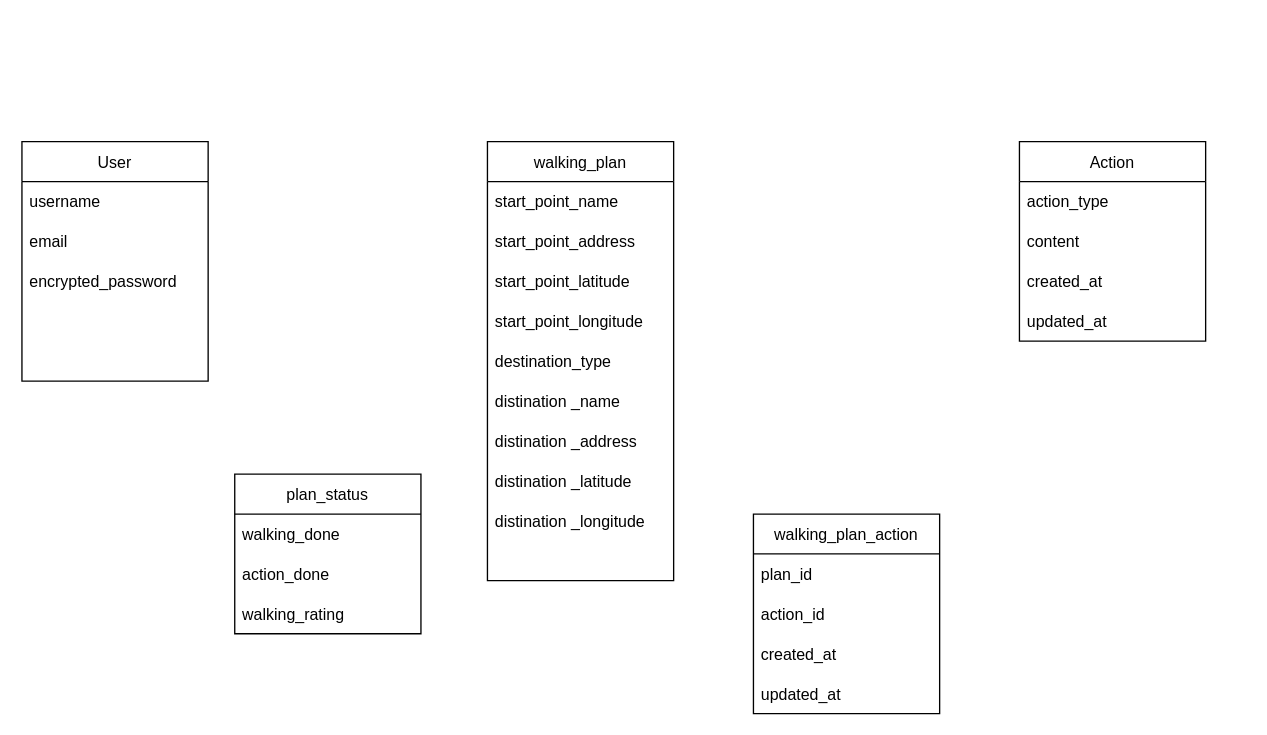
Earlier version of the draw.io diagram 散歩くじ/walking_lot.drawio (satoshitodaka/my_portfolio). Source tidied: cells renumbered, new cells numbered last; positions are measured from the earlier drawing's top-left corner, leaving out a move shared by most shapes. Both pictures are drawn from the tidied source at 133%, with x=0, y=0 at pixel (21, 141).
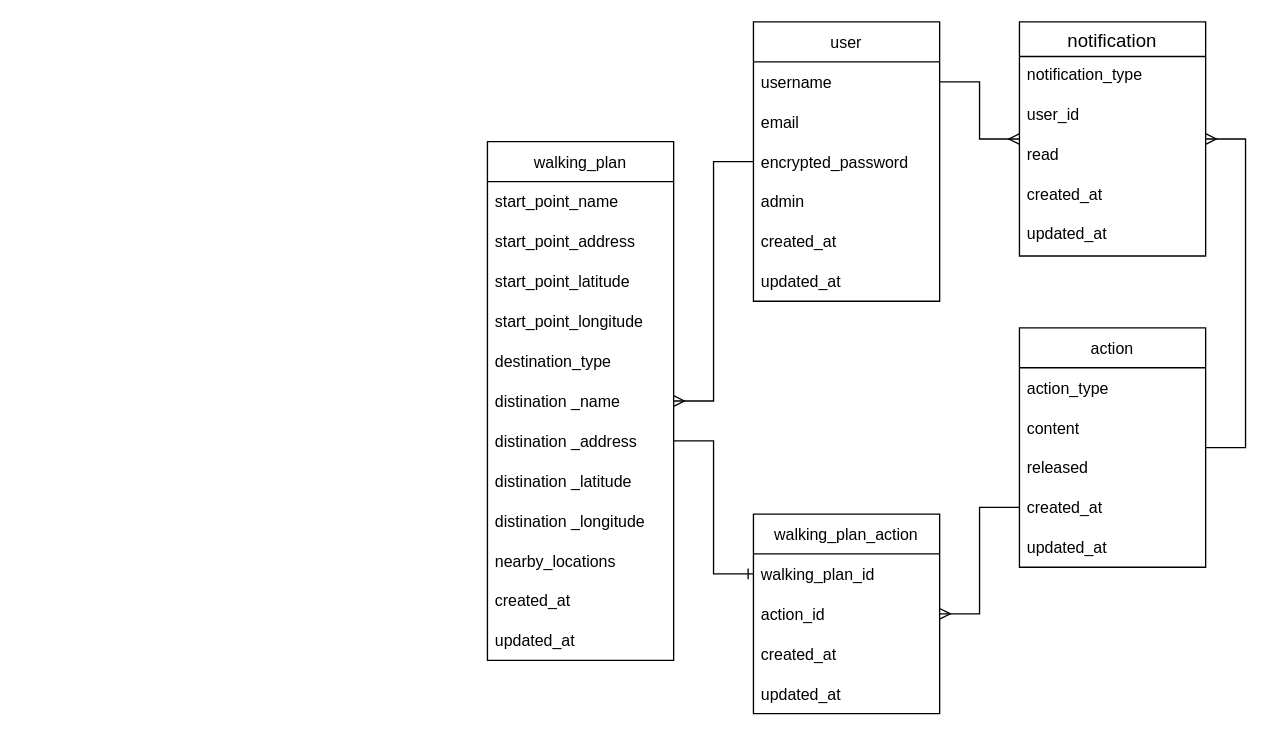
After the change.

Commit message (it also covers changes not shown here):
add さんぽくじの機能（案）説明とER図を追加

Unchanged cells that the change refers to:
```xml
<mxCell id="3" value="username" style="text;strokeColor=none;fillColor=none;align=left;verticalAlign=middle;spacingLeft=4;spacingRight=4;overflow=hidden;points=[[0,0.5],[1,0.5]];portConstraint=eastwest;" parent="2" vertex="1">
  <mxGeometry y="30" width="140" height="30" as="geometry" />
</mxCell>
<mxCell id="15" value="distination _address" style="text;strokeColor=none;fillColor=none;align=left;verticalAlign=middle;spacingLeft=4;spacingRight=4;overflow=hidden;points=[[0,0.5],[1,0.5]];portConstraint=eastwest;" parent="8" vertex="1">
  <mxGeometry y="210" width="140" height="30" as="geometry" />
</mxCell>
<mxCell id="24" value="walking_plan_action" style="swimlane;fontStyle=0;horizontal=1;startSize=30;" parent="1" vertex="1">
  <mxGeometry x="550" y="280" width="140" height="150" as="geometry" />
</mxCell>
<mxCell id="26" value="action_id" style="text;strokeColor=none;fillColor=none;align=left;verticalAlign=middle;spacingLeft=4;spacingRight=4;overflow=hidden;points=[[0,0.5],[1,0.5]];portConstraint=eastwest;" parent="24" vertex="1">
  <mxGeometry y="60" width="140" height="30" as="geometry" />
</mxCell>
```

Diff of the diagram source:
```diff
@@
-    <mxCell id="2" value="User" style="swimlane;fontStyle=0;horizontal=1;startSize=30;" parent="1" vertex="1">
-      <mxGeometry width="140" height="180" as="geometry" />
+    <mxCell id="2" value="user" style="swimlane;fontStyle=0;horizontal=1;startSize=30;" parent="1" vertex="1">
+      <mxGeometry x="550" y="-90" width="140" height="210" as="geometry" />
     </mxCell>
@@
-    <mxCell id="6" style="text;strokeColor=none;fillColor=none;align=left;verticalAlign=middle;spacingLeft=4;spacingRight=4;overflow=hidden;" parent="2" vertex="1">
-      <mxGeometry y="120" width="140" height="30" as="geometry" />
-    </mxCell>
-    <mxCell id="7" style="text;strokeColor=none;fillColor=none;align=left;verticalAlign=middle;spacingLeft=4;spacingRight=4;overflow=hidden;" parent="2" vertex="1">
-      <mxGeometry y="150" width="140" height="30" as="geometry" />
-    </mxCell>
+    <mxCell id="33" value="admin" style="text;strokeColor=none;fillColor=none;align=left;verticalAlign=middle;spacingLeft=4;spacingRight=4;overflow=hidden;" parent="2" vertex="1">
+      <mxGeometry y="120" width="140" height="30" as="geometry" />
+    </mxCell>
+    <mxCell id="34" value="created_at" style="text;strokeColor=none;fillColor=none;align=left;verticalAlign=middle;spacingLeft=4;spacingRight=4;overflow=hidden;" parent="2" vertex="1">
+      <mxGeometry y="150" width="140" height="30" as="geometry" />
+    </mxCell>
+    <mxCell id="35" value="updated_at" style="text;strokeColor=none;fillColor=none;align=left;verticalAlign=middle;spacingLeft=4;spacingRight=4;overflow=hidden;" parent="2" vertex="1">
+      <mxGeometry y="180" width="140" height="30" as="geometry" />
+    </mxCell>
     <mxCell id="8" value="walking_plan" style="swimlane;fontStyle=0;horizontal=1;startSize=30;" parent="1" vertex="1">
-      <mxGeometry x="350" width="140" height="330" as="geometry" />
+      <mxGeometry x="350" width="140" height="390" as="geometry" />
     </mxCell>
@@
+    <mxCell id="36" value="nearby_locations" style="text;strokeColor=none;fillColor=none;align=left;verticalAlign=middle;spacingLeft=4;spacingRight=4;overflow=hidden;" parent="8" vertex="1">
+      <mxGeometry y="300" width="140" height="30" as="geometry" />
+    </mxCell>
-    <mxCell id="18" style="text;strokeColor=none;fillColor=none;align=left;verticalAlign=middle;spacingLeft=4;spacingRight=4;overflow=hidden;" parent="8" vertex="1">
-      <mxGeometry y="300" width="140" height="30" as="geometry" />
+    <mxCell id="18" value="created_at" style="text;strokeColor=none;fillColor=none;align=left;verticalAlign=middle;spacingLeft=4;spacingRight=4;overflow=hidden;" parent="8" vertex="1">
+      <mxGeometry y="330" width="140" height="30" as="geometry" />
     </mxCell>
+    <mxCell id="37" value="updated_at" style="text;strokeColor=none;fillColor=none;align=left;verticalAlign=middle;spacingLeft=4;spacingRight=4;overflow=hidden;" parent="8" vertex="1">
+      <mxGeometry y="360" width="140" height="30" as="geometry" />
+    </mxCell>
-    <mxCell id="19" value="Action" style="swimlane;fontStyle=0;horizontal=1;startSize=30;" parent="1" vertex="1">
-      <mxGeometry x="750" width="140" height="150" as="geometry" />
+    <mxCell id="19" value="action" style="swimlane;fontStyle=0;horizontal=1;startSize=30;" parent="1" vertex="1">
+      <mxGeometry x="750" y="140" width="140" height="180" as="geometry" />
     </mxCell>
@@
+    <mxCell id="38" value="released" style="text;strokeColor=none;fillColor=none;align=left;verticalAlign=middle;spacingLeft=4;spacingRight=4;overflow=hidden;" parent="19" vertex="1">
+      <mxGeometry y="90" width="140" height="30" as="geometry" />
+    </mxCell>
     <mxCell id="22" value="created_at" style="text;strokeColor=none;fillColor=none;align=left;verticalAlign=middle;spacingLeft=4;spacingRight=4;overflow=hidden;points=[[0,0.5],[1,0.5]];portConstraint=eastwest;" parent="19" vertex="1">
-      <mxGeometry y="90" width="140" height="30" as="geometry" />
+      <mxGeometry y="120" width="140" height="30" as="geometry" />
     </mxCell>
     <mxCell id="23" value="updated_at" style="text;strokeColor=none;fillColor=none;align=left;verticalAlign=middle;spacingLeft=4;spacingRight=4;overflow=hidden;" parent="19" vertex="1">
-      <mxGeometry y="120" width="140" height="30" as="geometry" />
+      <mxGeometry y="150" width="140" height="30" as="geometry" />
     </mxCell>
@@
-    <mxCell id="25" value="plan_id" style="text;strokeColor=none;fillColor=none;align=left;verticalAlign=middle;spacingLeft=4;spacingRight=4;overflow=hidden;points=[[0,0.5],[1,0.5]];portConstraint=eastwest;" parent="24" vertex="1">
+    <mxCell id="25" value="walking_plan_id" style="text;strokeColor=none;fillColor=none;align=left;verticalAlign=middle;spacingLeft=4;spacingRight=4;overflow=hidden;points=[[0,0.5],[1,0.5]];portConstraint=eastwest;" parent="24" vertex="1">
       <mxGeometry y="30" width="140" height="30" as="geometry" />
     </mxCell>
@@
-    <mxCell id="29" value="plan_status" style="swimlane;fontStyle=0;horizontal=1;startSize=30;" parent="1" vertex="1">
-      <mxGeometry x="160" y="250" width="140" height="120" as="geometry" />
-    </mxCell>
-    <mxCell id="30" value="walking_done" style="text;strokeColor=none;fillColor=none;align=left;verticalAlign=middle;spacingLeft=4;spacingRight=4;overflow=hidden;" parent="29" vertex="1">
-      <mxGeometry y="30" width="140" height="30" as="geometry" />
-    </mxCell>
-    <mxCell id="31" value="action_done" style="text;strokeColor=none;fillColor=none;align=left;verticalAlign=middle;spacingLeft=4;spacingRight=4;overflow=hidden;" parent="29" vertex="1">
-      <mxGeometry y="60" width="140" height="30" as="geometry" />
-    </mxCell>
-    <mxCell id="32" value="walking_rating" style="text;strokeColor=none;fillColor=none;align=left;verticalAlign=middle;spacingLeft=4;spacingRight=4;overflow=hidden;" parent="29" vertex="1">
-      <mxGeometry y="90" width="140" height="30" as="geometry" />
-    </mxCell>
+    <mxCell id="39" style="edgeStyle=entityRelationEdgeStyle;fontSize=12;html=1;endArrow=ERmany;rounded=0;" parent="1" edge="1" source="2" target="8">
+      <mxGeometry relative="1" as="geometry" />
+    </mxCell>
+    <mxCell id="40" style="edgeStyle=entityRelationEdgeStyle;fontSize=12;html=1;endArrow=ERmany;rounded=0;exitX=0;exitY=0.5;exitDx=0;exitDy=0;" parent="1" edge="1" source="22" target="26">
+      <mxGeometry relative="1" as="geometry" />
+    </mxCell>
+    <mxCell id="41" value="notification" style="swimlane;fontStyle=0;horizontal=1;startSize=26;align=center;fontSize=14;" parent="1" vertex="1">
+      <mxGeometry x="750" y="-90" width="140" height="176" as="geometry" />
+    </mxCell>
+    <mxCell id="42" value="notification_type" style="text;strokeColor=none;fillColor=none;spacingLeft=4;spacingRight=4;overflow=hidden;fontSize=12;" parent="41" vertex="1">
+      <mxGeometry y="26" width="140" height="30" as="geometry" />
+    </mxCell>
+    <mxCell id="43" value="user_id" style="text;strokeColor=none;fillColor=none;spacingLeft=4;spacingRight=4;overflow=hidden;fontSize=12;" parent="41" vertex="1">
+      <mxGeometry y="56" width="140" height="30" as="geometry" />
+    </mxCell>
+    <mxCell id="44" value="read" style="text;strokeColor=none;fillColor=none;spacingLeft=4;spacingRight=4;overflow=hidden;fontSize=12;" parent="41" vertex="1">
+      <mxGeometry y="86" width="140" height="30" as="geometry" />
+    </mxCell>
+    <mxCell id="45" value="created_at" style="text;strokeColor=none;fillColor=none;spacingLeft=4;spacingRight=4;overflow=hidden;fontSize=12;" parent="41" vertex="1">
+      <mxGeometry y="116" width="140" height="30" as="geometry" />
+    </mxCell>
+    <mxCell id="46" value="updated_at" style="text;strokeColor=none;fillColor=none;spacingLeft=4;spacingRight=4;overflow=hidden;fontSize=12;" parent="41" vertex="1">
+      <mxGeometry y="146" width="140" height="30" as="geometry" />
+    </mxCell>
+    <mxCell id="47" style="edgeStyle=entityRelationEdgeStyle;fontSize=12;html=1;endArrow=ERmany;rounded=0;" parent="1" edge="1" source="3" target="41">
+      <mxGeometry relative="1" as="geometry" />
+    </mxCell>
+    <mxCell id="48" style="edgeStyle=entityRelationEdgeStyle;fontSize=12;html=1;endArrow=ERmany;rounded=0;" parent="1" edge="1" source="19" target="41">
+      <mxGeometry relative="1" as="geometry" />
+    </mxCell>
+    <mxCell id="49" style="edgeStyle=entityRelationEdgeStyle;fontSize=12;html=1;endArrow=ERone;endFill=1;rounded=0;" parent="1" edge="1" source="15" target="25">
+      <mxGeometry relative="1" as="geometry" />
+    </mxCell>
```
